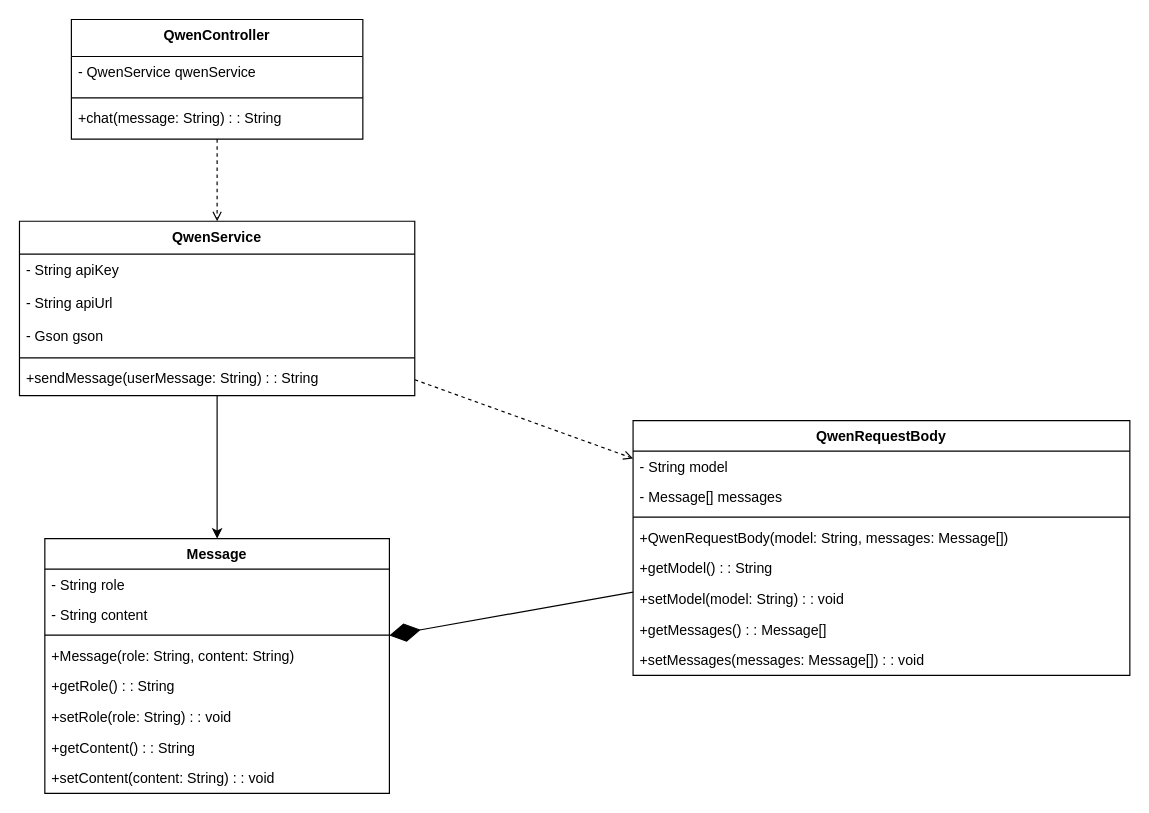
Before: page "AI模型" (2 of 9) of 文档/概要设计规约文档/建模图/详细类图.drawio in w1ntercube/TJ-SE-Design, a draw.io diagram. Source tidied: cells renumbered, new cells numbered last; positions are measured from the earlier drawing's top-left corner, leaving out a move shared by most shapes. Both pictures are drawn from the tidied source at 118%, with x=0, y=0 at pixel (19, 19).
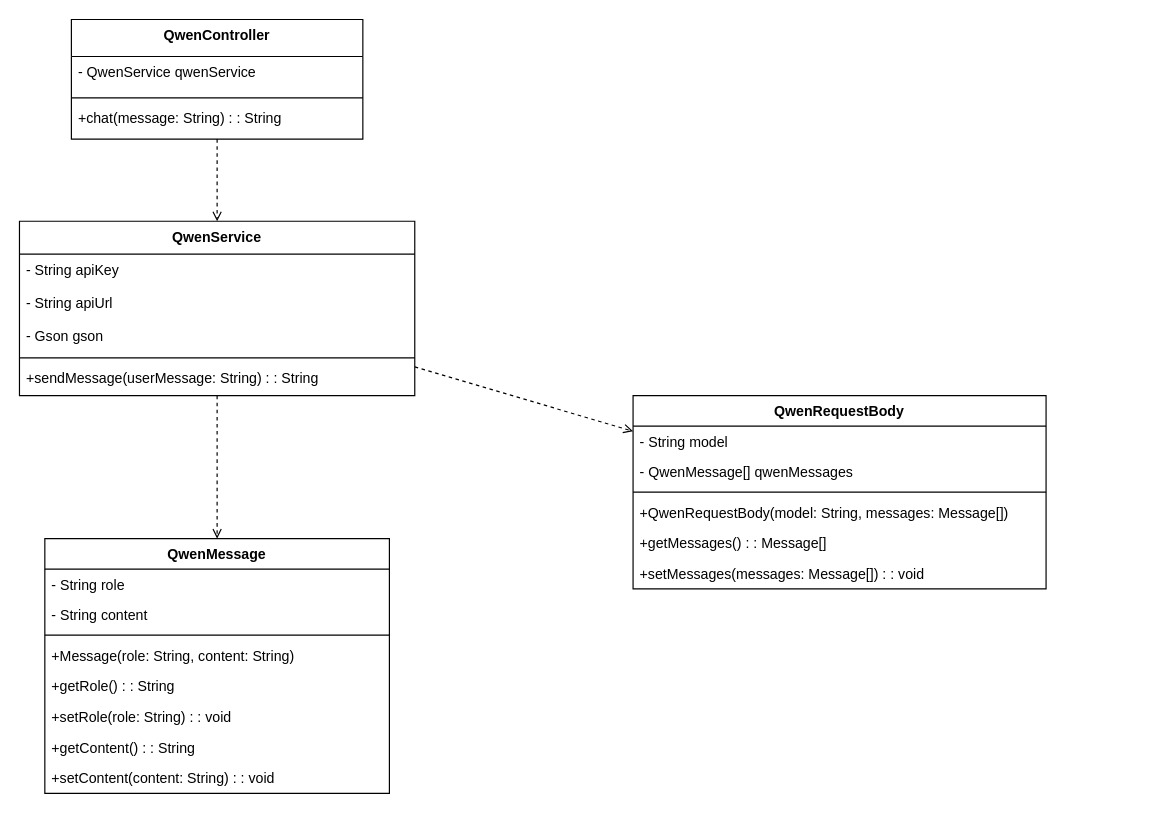
The same diagram, later.

The change refers to these unchanged cells:
```xml
<mxCell id="6" value="QwenService" style="swimlane;fontStyle=1;align=center;verticalAlign=top;horizontal=1;startSize=27.8;" parent="1" vertex="1">
  <mxGeometry y="171" width="335" height="147.8" as="geometry" />
</mxCell>
```

Diff of the diagram source:
```diff
@@
     <mxCell id="12" value="QwenRequestBody" style="swimlane;fontStyle=1;align=center;verticalAlign=top;horizontal=1;startSize=25.774999618530273;" parent="1" vertex="1">
-      <mxGeometry x="520" y="340" width="421" height="215.8" as="geometry" />
+      <mxGeometry x="520" y="318.8" width="350" height="163.8" as="geometry" />
     </mxCell>
     <mxCell id="13" value="- String model" style="text;strokeColor=none;fillColor=none;align=left;verticalAlign=top;spacingLeft=4;spacingRight=4;overflow=hidden;" parent="12" vertex="1">
-      <mxGeometry y="25.8" width="421" height="26" as="geometry" />
+      <mxGeometry y="25.8" width="350" height="26" as="geometry" />
     </mxCell>
-    <mxCell id="14" value="- Message[] messages" style="text;strokeColor=none;fillColor=none;align=left;verticalAlign=top;spacingLeft=4;spacingRight=4;overflow=hidden;" parent="12" vertex="1">
-      <mxGeometry y="51.8" width="421" height="26" as="geometry" />
+    <mxCell id="14" value="- QwenMessage[] qwenMessages" style="text;strokeColor=none;fillColor=none;align=left;verticalAlign=top;spacingLeft=4;spacingRight=4;overflow=hidden;" parent="12" vertex="1">
+      <mxGeometry y="51.8" width="350" height="26" as="geometry" />
     </mxCell>
     <mxCell id="15" style="line;strokeWidth=1;fillColor=none;align=left;verticalAlign=middle;spacingTop=-1;spacingLeft=3;spacingRight=3;labelPosition=right;strokeColor=inherit;" parent="12" vertex="1">
-      <mxGeometry y="77.8" width="421" height="8" as="geometry" />
+      <mxGeometry y="77.8" width="350" height="8" as="geometry" />
     </mxCell>
     <mxCell id="16" value="+QwenRequestBody(model: String, messages: Message[])" style="text;strokeColor=none;fillColor=none;align=left;verticalAlign=top;spacingLeft=4;spacingRight=4;overflow=hidden;" parent="12" vertex="1">
-      <mxGeometry y="85.8" width="421" height="26" as="geometry" />
+      <mxGeometry y="85.8" width="350" height="26" as="geometry" />
     </mxCell>
-    <mxCell id="17" value="+getModel() : : String" style="text;strokeColor=none;fillColor=none;align=left;verticalAlign=top;spacingLeft=4;spacingRight=4;overflow=hidden;" parent="12" vertex="1">
-      <mxGeometry y="111.8" width="421" height="26" as="geometry" />
-    </mxCell>
-    <mxCell id="18" value="+setModel(model: String) : : void" style="text;strokeColor=none;fillColor=none;align=left;verticalAlign=top;spacingLeft=4;spacingRight=4;overflow=hidden;" parent="12" vertex="1">
-      <mxGeometry y="137.8" width="421" height="26" as="geometry" />
-    </mxCell>
     <mxCell id="19" value="+getMessages() : : Message[]" style="text;strokeColor=none;fillColor=none;align=left;verticalAlign=top;spacingLeft=4;spacingRight=4;overflow=hidden;" parent="12" vertex="1">
-      <mxGeometry y="163.8" width="421" height="26" as="geometry" />
+      <mxGeometry y="111.8" width="350" height="26" as="geometry" />
     </mxCell>
     <mxCell id="20" value="+setMessages(messages: Message[]) : : void" style="text;strokeColor=none;fillColor=none;align=left;verticalAlign=top;spacingLeft=4;spacingRight=4;overflow=hidden;" parent="12" vertex="1">
-      <mxGeometry y="189.8" width="421" height="26" as="geometry" />
+      <mxGeometry y="137.8" width="350" height="26" as="geometry" />
     </mxCell>
-    <mxCell id="21" value="Message" style="swimlane;fontStyle=1;align=center;verticalAlign=top;horizontal=1;startSize=25.774999618530273;" parent="1" vertex="1">
+    <mxCell id="21" value="QwenMessage" style="swimlane;fontStyle=1;align=center;verticalAlign=top;horizontal=1;startSize=25.774999618530273;" parent="1" vertex="1">
       <mxGeometry x="21.5" y="440" width="292" height="215.8" as="geometry" />
     </mxCell>
@@
-    <mxCell id="34" style="endArrow=diamondThin;endFill=1;endSize=24;html=1;rounded=0;" parent="1" edge="1" source="12" target="21">
-      <mxGeometry relative="1" as="geometry" />
-    </mxCell>
-    <mxCell id="35" style="endArrow=classic;html=1;rounded=0;" parent="1" edge="1" source="6" target="21">
+    <mxCell id="35" style="endArrow=open;html=1;rounded=0;align=center;verticalAlign=bottom;dashed=1;endFill=0;labelBackgroundColor=none;" parent="1" edge="1" source="6" target="21">
       <mxGeometry relative="1" as="geometry" />
     </mxCell>
+    <mxCell id="36" style="html=1;align=center;verticalAlign=top;labelBackgroundColor=none;" parent="35" vertex="1">
+      <mxGeometry relative="1" as="geometry" />
+    </mxCell>
```
